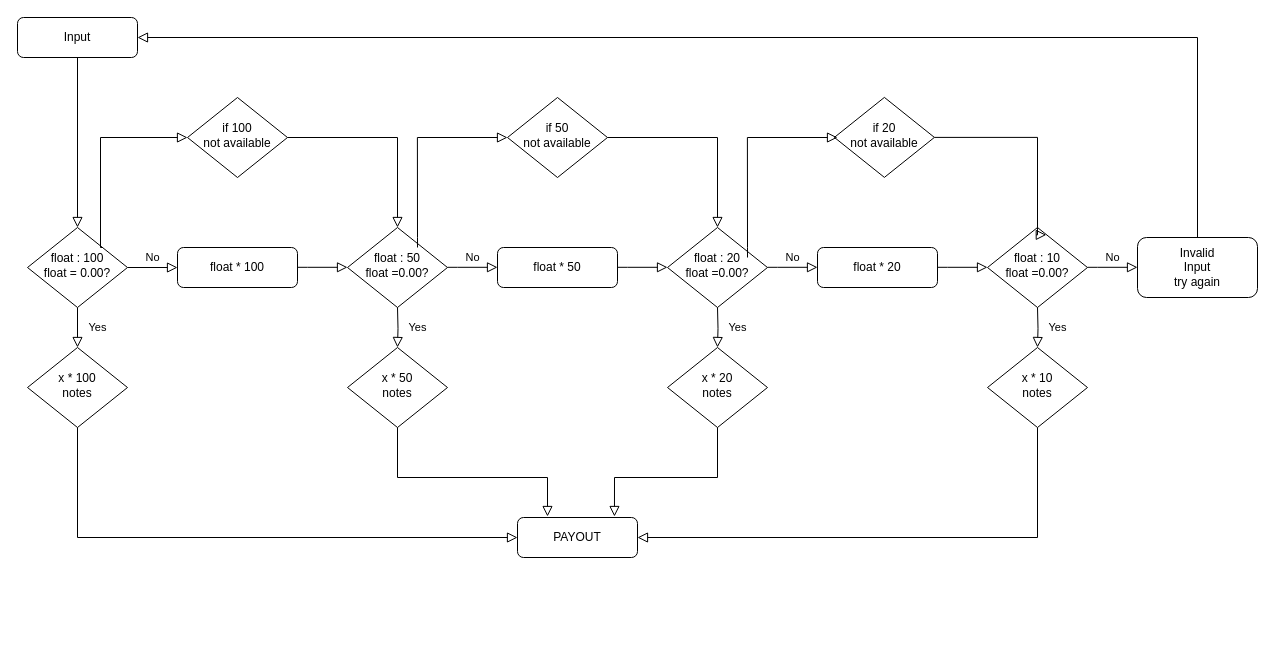
The draw.io diagram Schufer/Intermediate-ATM.drawio in ChrisSchufer/FE21-Algorithms-DAY1-Christoph-Idris, before the edit. Source tidied: cells renumbered, new cells numbered last; positions are measured from the earlier drawing's top-left corner, leaving out a move shared by most shapes. Both pictures are drawn from the tidied source at 100%, with x=0, y=0 at pixel (17, 17).
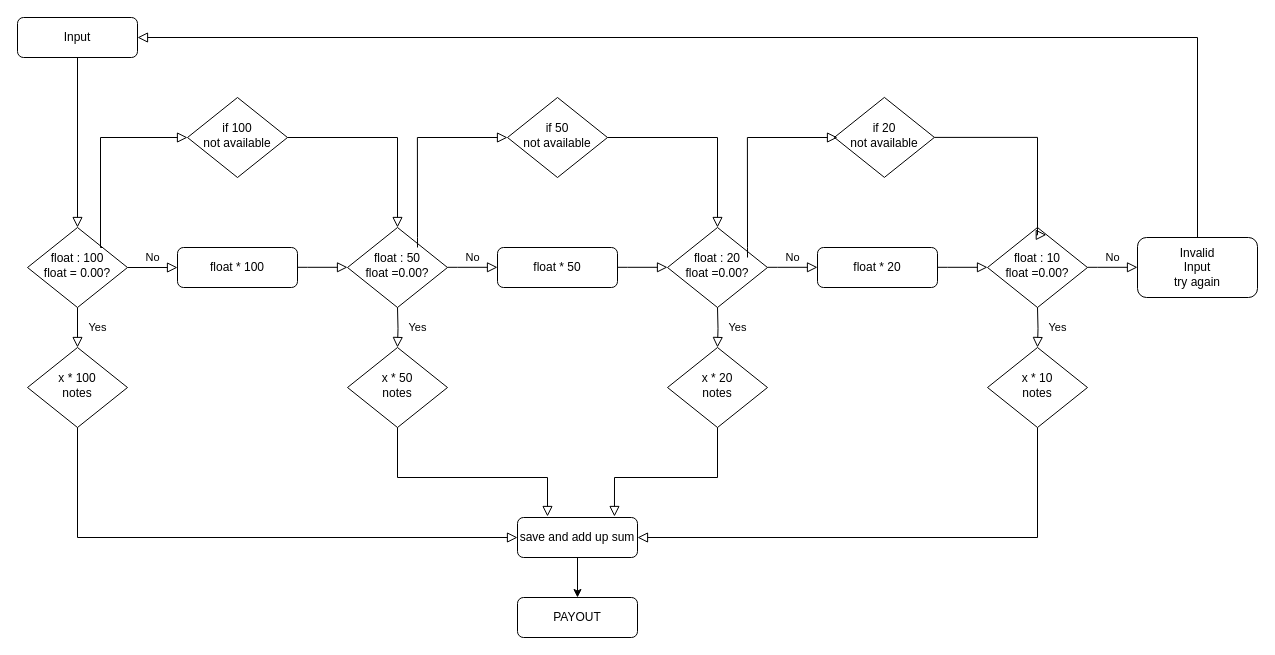
The same diagram, later.

Commit message (it also covers changes not shown here):
changes to atm and sorting

Change to the diagram source:
```diff
@@
-    <mxCell id="29" value="PAYOUT" style="rounded=1;whiteSpace=wrap;html=1;fontSize=12;glass=0;strokeWidth=1;shadow=0;" parent="1" vertex="1">
+    <mxCell id="29" value="save and add up sum" style="rounded=1;whiteSpace=wrap;html=1;fontSize=12;glass=0;strokeWidth=1;shadow=0;" parent="1" vertex="1">
       <mxGeometry x="500" y="500" width="120" height="40" as="geometry" />
     </mxCell>
@@
+    <mxCell id="42" value="PAYOUT" style="rounded=1;whiteSpace=wrap;html=1;fontSize=12;glass=0;strokeWidth=1;shadow=0;" parent="1" vertex="1">
+      <mxGeometry x="500" y="580" width="120" height="40" as="geometry" />
+    </mxCell>
+    <mxCell id="43" style="endArrow=classic;html=1;exitX=0.5;exitY=1;exitDx=0;exitDy=0;entryX=0.5;entryY=0;entryDx=0;entryDy=0;" parent="1" edge="1" source="29" target="42">
+      <mxGeometry relative="1" as="geometry" />
+    </mxCell>
```
